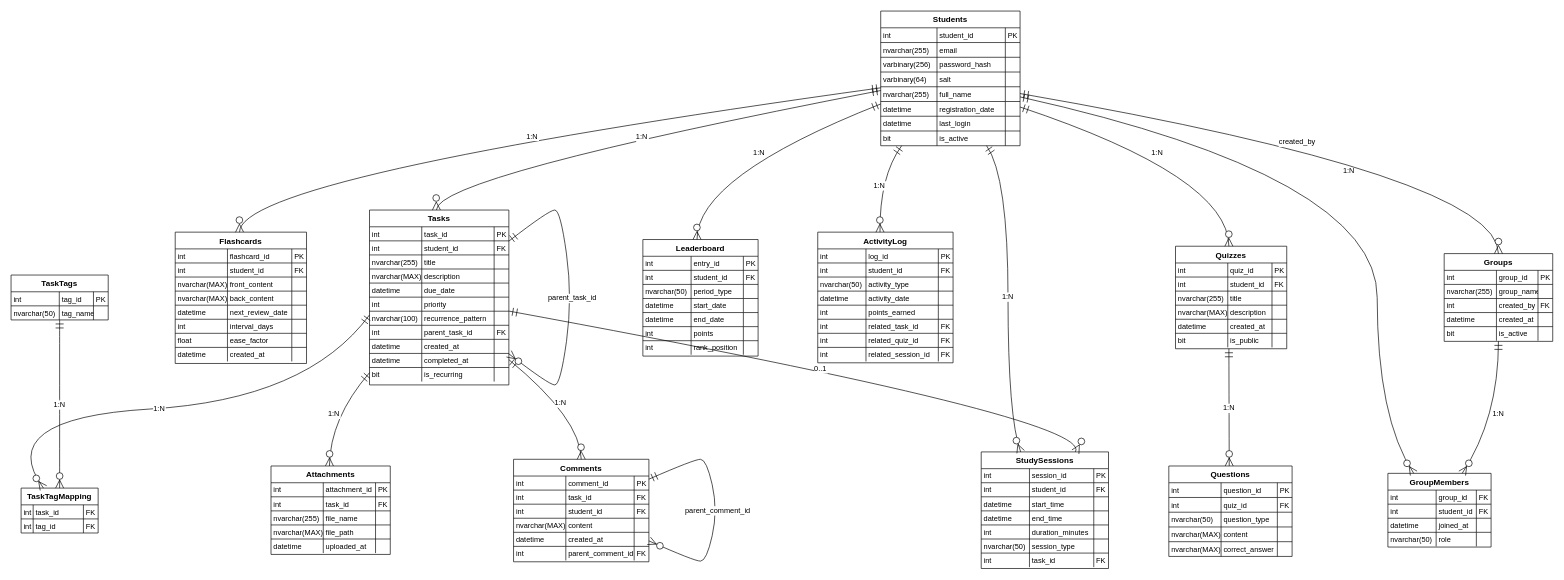
Earlier version of the draw.io diagram ustadi.drawio (aleenaorazi345/EERD). Source tidied: cells renumbered, new cells numbered last; positions are measured from the earlier drawing's top-left corner, leaving out a move shared by most shapes. Both pictures are drawn from the tidied source at 67%, with x=0, y=0 at pixel (-8, 11).
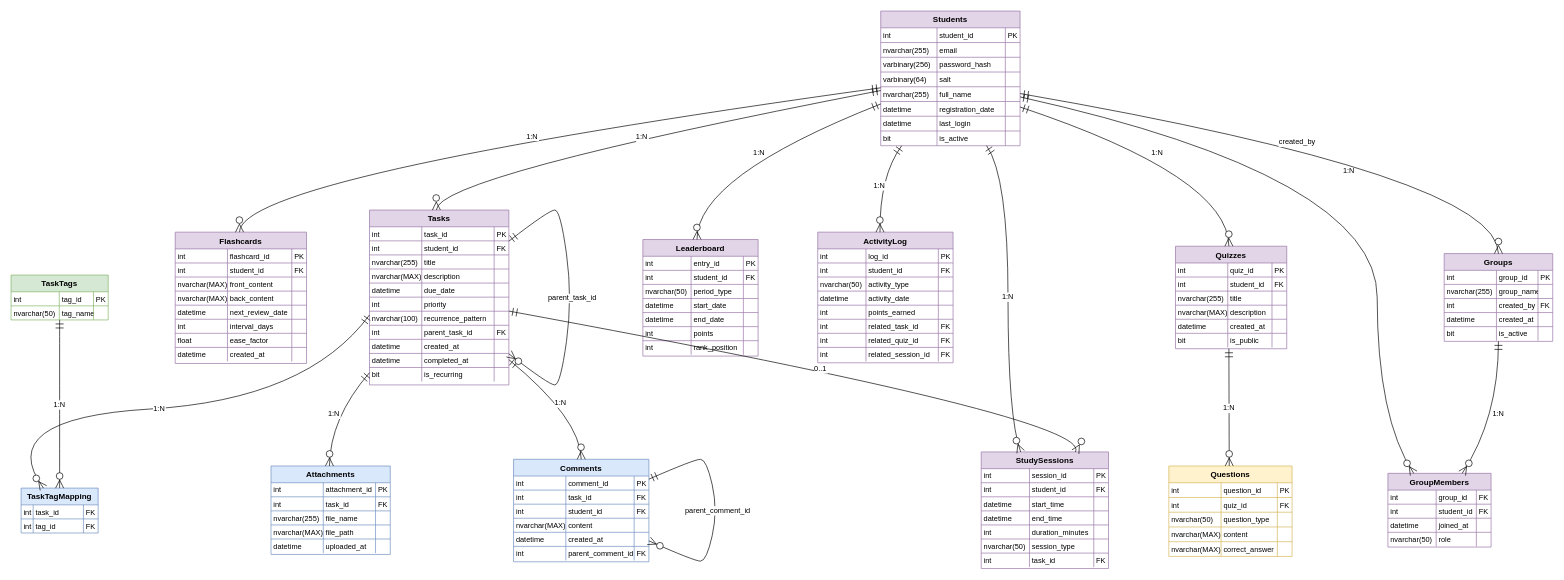
The same page after the edit.

Diff of the diagram source:
```diff
@@
-    <mxCell id="2" value="Students" style="shape=table;startSize=25;childLayout=tableLayout;rowLines=1;fontStyle=1;align=center;" parent="1" vertex="1">
+    <mxCell id="2" value="Students" style="shape=table;startSize=25;childLayout=tableLayout;rowLines=1;fontStyle=1;align=center;fillColor=#e1d5e7;strokeColor=#9673a6;" parent="1" vertex="1">
       <mxGeometry x="1326" width="208" height="201" as="geometry" />
     </mxCell>
@@
-    <mxCell id="35" value="Tasks" style="shape=table;startSize=25;childLayout=tableLayout;rowLines=1;fontStyle=1;align=center;" parent="1" vertex="1">
+    <mxCell id="35" value="Tasks" style="shape=table;startSize=25;childLayout=tableLayout;rowLines=1;fontStyle=1;align=center;fillColor=#e1d5e7;strokeColor=#9673a6;" parent="1" vertex="1">
       <mxGeometry x="563" y="297" width="208" height="261" as="geometry" />
     </mxCell>
@@
-    <mxCell id="80" value="StudySessions" style="shape=table;startSize=25;childLayout=tableLayout;rowLines=1;fontStyle=1;align=center;" parent="1" vertex="1">
+    <mxCell id="80" value="StudySessions" style="shape=table;startSize=25;childLayout=tableLayout;rowLines=1;fontStyle=1;align=center;fillColor=#e1d5e7;strokeColor=#9673a6;" parent="1" vertex="1">
       <mxGeometry x="1476" y="658" width="190" height="174" as="geometry" />
     </mxCell>
@@
-    <mxCell id="109" value="Flashcards" style="shape=table;startSize=25;childLayout=tableLayout;rowLines=1;fontStyle=1;align=center;" parent="1" vertex="1">
+    <mxCell id="109" value="Flashcards" style="shape=table;startSize=25;childLayout=tableLayout;rowLines=1;fontStyle=1;align=center;fillColor=#e1d5e7;strokeColor=#9673a6;" parent="1" vertex="1">
       <mxGeometry x="273" y="330" width="196" height="196" as="geometry" />
     </mxCell>
@@
-    <mxCell id="142" value="Quizzes" style="shape=table;startSize=25;childLayout=tableLayout;rowLines=1;fontStyle=1;align=center;" parent="1" vertex="1">
+    <mxCell id="142" value="Quizzes" style="shape=table;startSize=25;childLayout=tableLayout;rowLines=1;fontStyle=1;align=center;fillColor=#e1d5e7;strokeColor=#9673a6;" parent="1" vertex="1">
       <mxGeometry x="1766" y="351" width="166" height="153" as="geometry" />
     </mxCell>
@@
-    <mxCell id="167" value="GroupMembers" style="shape=table;startSize=25;childLayout=tableLayout;rowLines=1;fontStyle=1;align=center;" parent="1" vertex="1">
+    <mxCell id="167" value="GroupMembers" style="shape=table;startSize=25;childLayout=tableLayout;rowLines=1;fontStyle=1;align=center;fillColor=#e1d5e7;strokeColor=#9673a6;" parent="1" vertex="1">
       <mxGeometry x="2083" y="690" width="154" height="110" as="geometry" />
     </mxCell>
@@
-    <mxCell id="184" value="Leaderboard" style="shape=table;startSize=25;childLayout=tableLayout;rowLines=1;fontStyle=1;align=center;" parent="1" vertex="1">
+    <mxCell id="184" value="Leaderboard" style="shape=table;startSize=25;childLayout=tableLayout;rowLines=1;fontStyle=1;align=center;fillColor=#e1d5e7;strokeColor=#9673a6;" parent="1" vertex="1">
       <mxGeometry x="971" y="341" width="172" height="174" as="geometry" />
     </mxCell>
@@
-    <mxCell id="213" value="ActivityLog" style="shape=table;startSize=25;childLayout=tableLayout;rowLines=1;fontStyle=1;align=center;" parent="1" vertex="1">
+    <mxCell id="213" value="ActivityLog" style="shape=table;startSize=25;childLayout=tableLayout;rowLines=1;fontStyle=1;align=center;fillColor=#e1d5e7;strokeColor=#9673a6;" parent="1" vertex="1">
       <mxGeometry x="1232" y="330" width="202" height="195" as="geometry" />
     </mxCell>
@@
-    <mxCell id="246" value="Groups" style="shape=table;startSize=25;childLayout=tableLayout;rowLines=1;fontStyle=1;align=center;" parent="1" vertex="1">
+    <mxCell id="246" value="Groups" style="shape=table;startSize=25;childLayout=tableLayout;rowLines=1;fontStyle=1;align=center;fillColor=#e1d5e7;strokeColor=#9673a6;" parent="1" vertex="1">
       <mxGeometry x="2167" y="362" width="162" height="131" as="geometry" />
     </mxCell>
@@
-    <mxCell id="267" value="TaskTagMapping" style="shape=table;startSize=25;childLayout=tableLayout;rowLines=1;fontStyle=1;align=center;" parent="1" vertex="1">
+    <mxCell id="267" value="TaskTagMapping" style="shape=table;startSize=25;childLayout=tableLayout;rowLines=1;fontStyle=1;align=center;fillColor=#dae8fc;strokeColor=#6c8ebf;" parent="1" vertex="1">
       <mxGeometry x="43" y="712" width="115" height="67" as="geometry" />
     </mxCell>
@@
-    <mxCell id="276" value="TaskTags" style="shape=table;startSize=25;childLayout=tableLayout;rowLines=1;fontStyle=1;align=center;" parent="1" vertex="1">
+    <mxCell id="276" value="TaskTags" style="shape=table;startSize=25;childLayout=tableLayout;rowLines=1;fontStyle=1;align=center;fillColor=#d5e8d4;strokeColor=#82b366;" parent="1" vertex="1">
       <mxGeometry x="28" y="394" width="145" height="67" as="geometry" />
     </mxCell>
@@
-    <mxCell id="285" value="Attachments" style="shape=table;startSize=25;childLayout=tableLayout;rowLines=1;fontStyle=1;align=center;" parent="1" vertex="1">
+    <mxCell id="285" value="Attachments" style="shape=table;startSize=25;childLayout=tableLayout;rowLines=1;fontStyle=1;align=center;fillColor=#dae8fc;strokeColor=#6c8ebf;" parent="1" vertex="1">
       <mxGeometry x="416" y="679" width="178" height="132" as="geometry" />
     </mxCell>
@@
-    <mxCell id="306" value="Comments" style="shape=table;startSize=25;childLayout=tableLayout;rowLines=1;fontStyle=1;align=center;" parent="1" vertex="1">
+    <mxCell id="306" value="Comments" style="shape=table;startSize=25;childLayout=tableLayout;rowLines=1;fontStyle=1;align=center;fillColor=#dae8fc;strokeColor=#6c8ebf;" parent="1" vertex="1">
       <mxGeometry x="778" y="669" width="202" height="153" as="geometry" />
     </mxCell>
@@
-    <mxCell id="331" value="Questions" style="shape=table;startSize=25;childLayout=tableLayout;rowLines=1;fontStyle=1;align=center;" parent="1" vertex="1">
+    <mxCell id="331" value="Questions" style="shape=table;startSize=25;childLayout=tableLayout;rowLines=1;fontStyle=1;align=center;fillColor=#fff2cc;strokeColor=#d6b656;" parent="1" vertex="1">
       <mxGeometry x="1756" y="679" width="184" height="135" as="geometry" />
     </mxCell>
```
